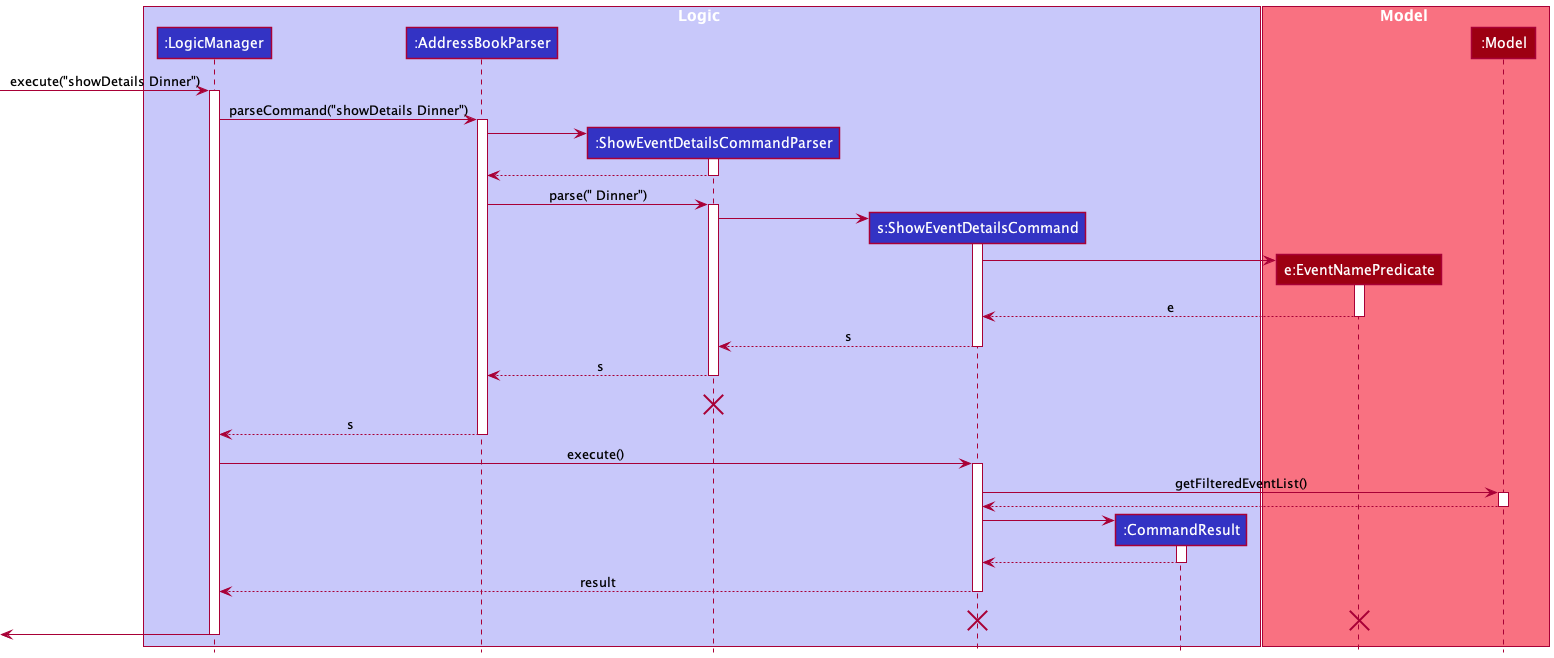
The PlantUML diagram docs/images/ShowEventDetailsSequenceDiagram.png in nus-cs2103-AY2122S1/tp, before a commit.
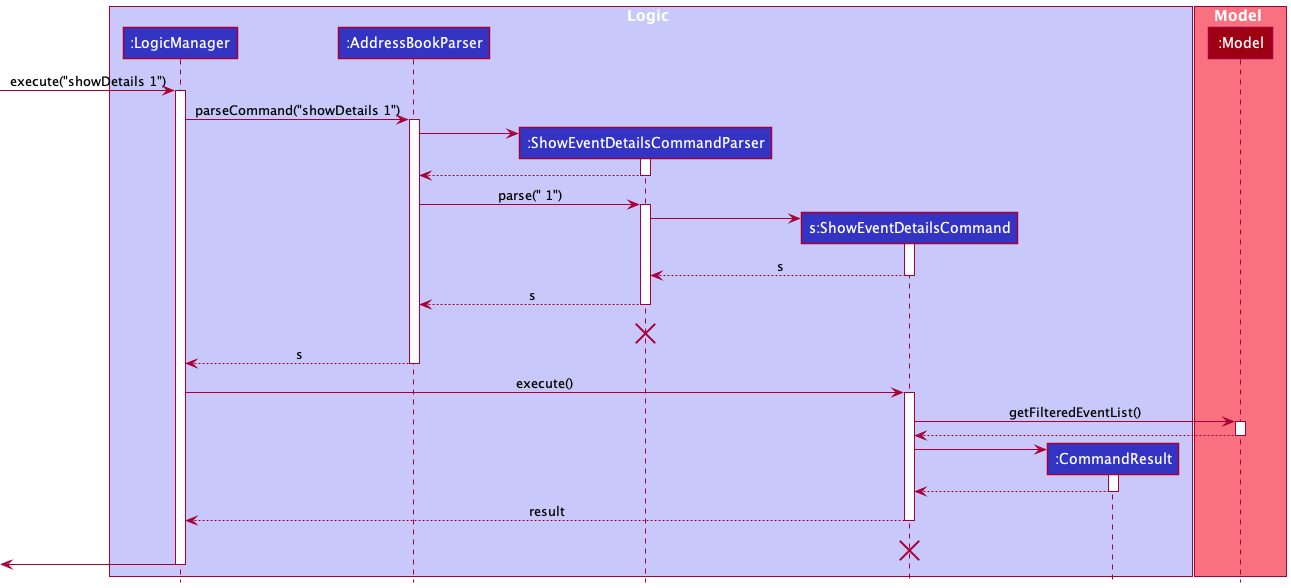
The same diagram one commit later.

Commit message:
Update DG sections for ShowEventDetailsCommand and ViewCommand

What changed in the source:
```diff
@@ -10,14 +10,13 @@
 end box
 
 box Model MODEL_COLOR_T1
-participant "e:EventNamePredicate" as EventNamePredicate MODEL_COLOR
 participant ":Model" as Model MODEL_COLOR
 end box
 
-[-> LogicManager : execute("showDetails Dinner")
+[-> LogicManager : execute("showDetails 1")
 activate LogicManager
 
-LogicManager -> AddressBookParser : parseCommand("showDetails Dinner")
+LogicManager -> AddressBookParser : parseCommand("showDetails 1")
 activate AddressBookParser
 
 create ShowEventDetailsCommandParser
@@ -27,19 +26,12 @@
 ShowEventDetailsCommandParser --> AddressBookParser
 deactivate ShowEventDetailsCommandParser
 
-AddressBookParser -> ShowEventDetailsCommandParser : parse(" Dinner")
+AddressBookParser -> ShowEventDetailsCommandParser : parse(" 1")
 activate ShowEventDetailsCommandParser
 
 create ShowEventDetailsCommand
 ShowEventDetailsCommandParser -> ShowEventDetailsCommand
 activate ShowEventDetailsCommand
-
-create EventNamePredicate
-ShowEventDetailsCommand -> EventNamePredicate
-activate EventNamePredicate
-
-EventNamePredicate --> ShowEventDetailsCommand : e
-deactivate EventNamePredicate
 
 ShowEventDetailsCommand --> ShowEventDetailsCommandParser : s
 deactivate ShowEventDetailsCommand
@@ -74,7 +66,6 @@
 
 ShowEventDetailsCommand -[hidden]> LogicManager : result
 destroy ShowEventDetailsCommand
-destroy EventNamePredicate
 
 [<- LogicManager
 deactivate LogicManager
```
